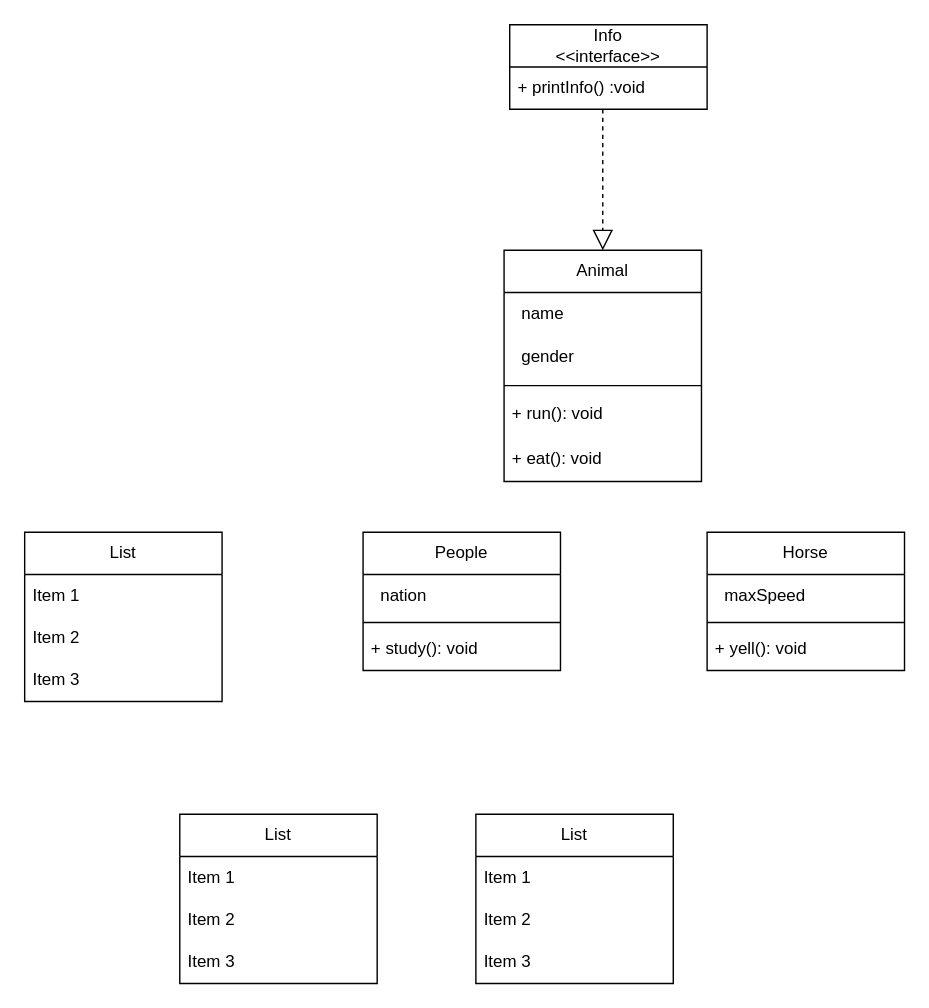
The draw.io diagram download/class-java/people_test.drawio in haji8-thehaji/lecture-java, before the edit. Source tidied: cells renumbered, new cells numbered last; positions are measured from the earlier drawing's top-left corner, leaving out a move shared by most shapes. Both pictures are drawn from the tidied source at 141%, with x=0, y=0 at pixel (24, 24).
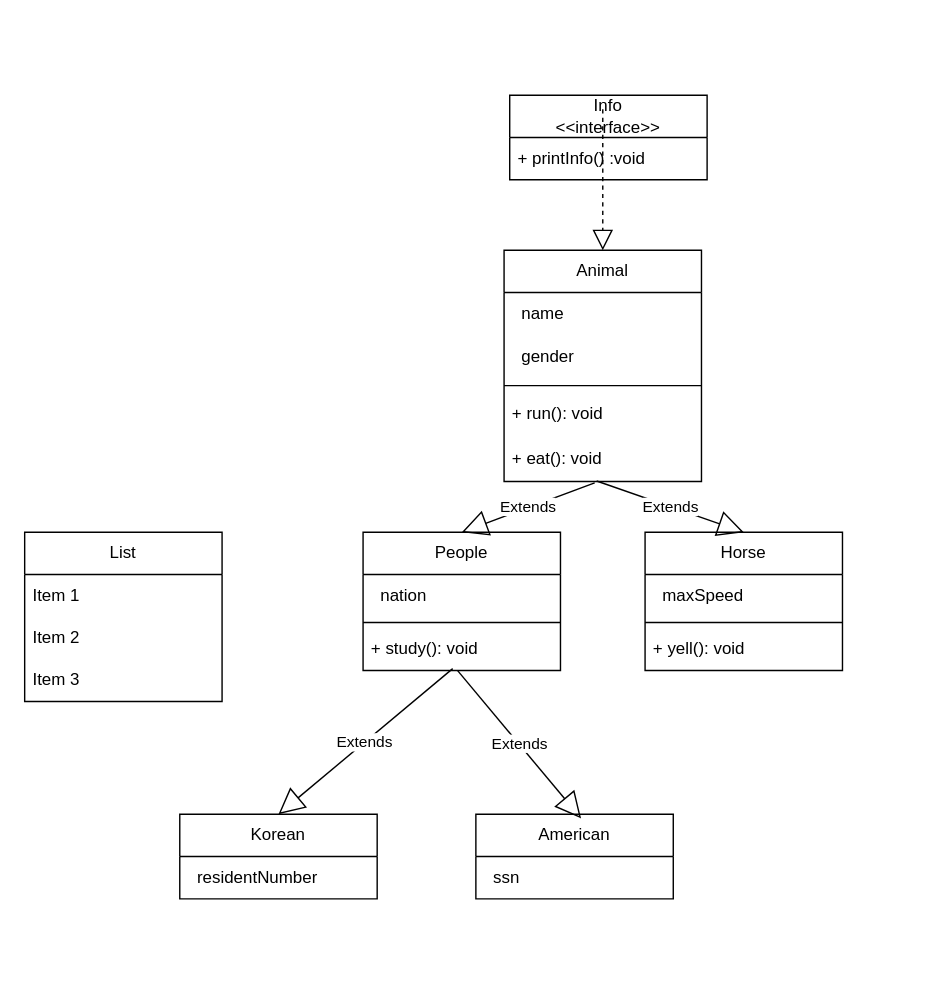
After the change.

The change refers to these unchanged cells:
```xml
<mxCell id="7" value="+ eat(): void" style="text;strokeColor=none;fillColor=none;align=left;verticalAlign=middle;spacingLeft=4;spacingRight=4;overflow=hidden;points=[[0,0.5],[1,0.5]];portConstraint=eastwest;whiteSpace=wrap;html=1;" parent="2" vertex="1">
  <mxGeometry y="132" width="140" height="32" as="geometry" />
</mxCell>
<mxCell id="10" value="People" style="swimlane;fontStyle=0;horizontal=1;startSize=30;whiteSpace=wrap;html=1;" parent="1" vertex="1">
  <mxGeometry x="240" y="360" width="140" height="98" as="geometry" />
</mxCell>
<mxCell id="13" value="+ study(): void" style="text;strokeColor=none;fillColor=none;align=left;verticalAlign=middle;spacingLeft=4;spacingRight=4;overflow=hidden;points=[[0,0.5],[1,0.5]];portConstraint=eastwest;whiteSpace=wrap;html=1;" parent="10" vertex="1">
  <mxGeometry y="68" width="140" height="30" as="geometry" />
</mxCell>
```

What changed in the source:
```diff
@@
     <mxCell id="8" value="Info&lt;div&gt;&amp;lt;&amp;lt;interface&amp;gt;&amp;gt;&lt;/div&gt;" style="swimlane;fontStyle=0;horizontal=1;startSize=30;whiteSpace=wrap;html=1;" parent="1" vertex="1">
-      <mxGeometry x="344" width="140" height="60" as="geometry" />
+      <mxGeometry x="344" y="50" width="140" height="60" as="geometry" />
     </mxCell>
@@
     <mxCell id="14" value="Horse" style="swimlane;fontStyle=0;horizontal=1;startSize=30;whiteSpace=wrap;html=1;" parent="1" vertex="1">
-      <mxGeometry x="484" y="360" width="140" height="98" as="geometry" />
+      <mxGeometry x="440" y="360" width="140" height="98" as="geometry" />
     </mxCell>
@@
-    <mxCell id="18" value="List" style="swimlane;fontStyle=0;horizontal=1;startSize=30;whiteSpace=wrap;html=1;" parent="1" vertex="1">
-      <mxGeometry x="110" y="560" width="140" height="120" as="geometry" />
+    <mxCell id="18" value="Korean" style="swimlane;fontStyle=0;horizontal=1;startSize=30;whiteSpace=wrap;html=1;" parent="1" vertex="1">
+      <mxGeometry x="110" y="560" width="140" height="60" as="geometry" />
     </mxCell>
-    <mxCell id="19" value="Item 1" style="text;strokeColor=none;fillColor=none;align=left;verticalAlign=middle;spacingLeft=4;spacingRight=4;overflow=hidden;whiteSpace=wrap;html=1;" parent="18" vertex="1">
+    <mxCell id="19" value="&amp;nbsp; residentNumber" style="text;strokeColor=none;fillColor=none;align=left;verticalAlign=middle;spacingLeft=4;spacingRight=4;overflow=hidden;whiteSpace=wrap;html=1;" parent="18" vertex="1">
       <mxGeometry y="30" width="140" height="30" as="geometry" />
     </mxCell>
-    <mxCell id="20" value="Item 2" style="text;strokeColor=none;fillColor=none;align=left;verticalAlign=middle;spacingLeft=4;spacingRight=4;overflow=hidden;whiteSpace=wrap;html=1;" parent="18" vertex="1">
-      <mxGeometry y="60" width="140" height="30" as="geometry" />
-    </mxCell>
-    <mxCell id="21" value="Item 3" style="text;strokeColor=none;fillColor=none;align=left;verticalAlign=middle;spacingLeft=4;spacingRight=4;overflow=hidden;whiteSpace=wrap;html=1;" parent="18" vertex="1">
-      <mxGeometry y="90" width="140" height="30" as="geometry" />
-    </mxCell>
-    <mxCell id="22" value="List" style="swimlane;fontStyle=0;horizontal=1;startSize=30;whiteSpace=wrap;html=1;" parent="1" vertex="1">
-      <mxGeometry x="320" y="560" width="140" height="120" as="geometry" />
+    <mxCell id="22" value="American" style="swimlane;fontStyle=0;horizontal=1;startSize=30;whiteSpace=wrap;html=1;" parent="1" vertex="1">
+      <mxGeometry x="320" y="560" width="140" height="60" as="geometry" />
     </mxCell>
-    <mxCell id="23" value="Item 1" style="text;strokeColor=none;fillColor=none;align=left;verticalAlign=middle;spacingLeft=4;spacingRight=4;overflow=hidden;whiteSpace=wrap;html=1;" parent="22" vertex="1">
+    <mxCell id="23" value="&amp;nbsp; ssn" style="text;strokeColor=none;fillColor=none;align=left;verticalAlign=middle;spacingLeft=4;spacingRight=4;overflow=hidden;whiteSpace=wrap;html=1;" parent="22" vertex="1">
       <mxGeometry y="30" width="140" height="30" as="geometry" />
     </mxCell>
-    <mxCell id="24" value="Item 2" style="text;strokeColor=none;fillColor=none;align=left;verticalAlign=middle;spacingLeft=4;spacingRight=4;overflow=hidden;whiteSpace=wrap;html=1;" parent="22" vertex="1">
-      <mxGeometry y="60" width="140" height="30" as="geometry" />
-    </mxCell>
-    <mxCell id="25" value="Item 3" style="text;strokeColor=none;fillColor=none;align=left;verticalAlign=middle;spacingLeft=4;spacingRight=4;overflow=hidden;whiteSpace=wrap;html=1;" parent="22" vertex="1">
-      <mxGeometry y="90" width="140" height="30" as="geometry" />
-    </mxCell>
@@
+    <mxCell id="31" value="Extends" style="endArrow=block;endSize=16;endFill=0;html=1;rounded=0;exitX=0.459;exitY=1.031;exitDx=0;exitDy=0;exitPerimeter=0;entryX=0.5;entryY=0;entryDx=0;entryDy=0;" parent="1" edge="1" source="7" target="10">
+      <mxGeometry relative="1" as="geometry" />
+    </mxCell>
+    <mxCell id="32" value="Extends" style="endArrow=block;endSize=16;endFill=0;html=1;rounded=0;exitX=0.469;exitY=0.988;exitDx=0;exitDy=0;exitPerimeter=0;entryX=0.5;entryY=0;entryDx=0;entryDy=0;" parent="1" edge="1" source="7" target="14">
+      <mxGeometry relative="1" as="geometry" />
+    </mxCell>
+    <mxCell id="33" value="Extends" style="endArrow=block;endSize=16;endFill=0;html=1;rounded=0;exitX=0.454;exitY=0.957;exitDx=0;exitDy=0;exitPerimeter=0;entryX=0.5;entryY=0;entryDx=0;entryDy=0;" parent="1" edge="1" source="13" target="18">
+      <mxGeometry relative="1" as="geometry" />
+    </mxCell>
+    <mxCell id="34" value="Extends" style="endArrow=block;endSize=16;endFill=0;html=1;rounded=0;entryX=0.533;entryY=0.049;entryDx=0;entryDy=0;entryPerimeter=0;exitX=0.479;exitY=1.003;exitDx=0;exitDy=0;exitPerimeter=0;" parent="1" edge="1" source="13" target="22">
+      <mxGeometry relative="1" as="geometry" />
+    </mxCell>
```
